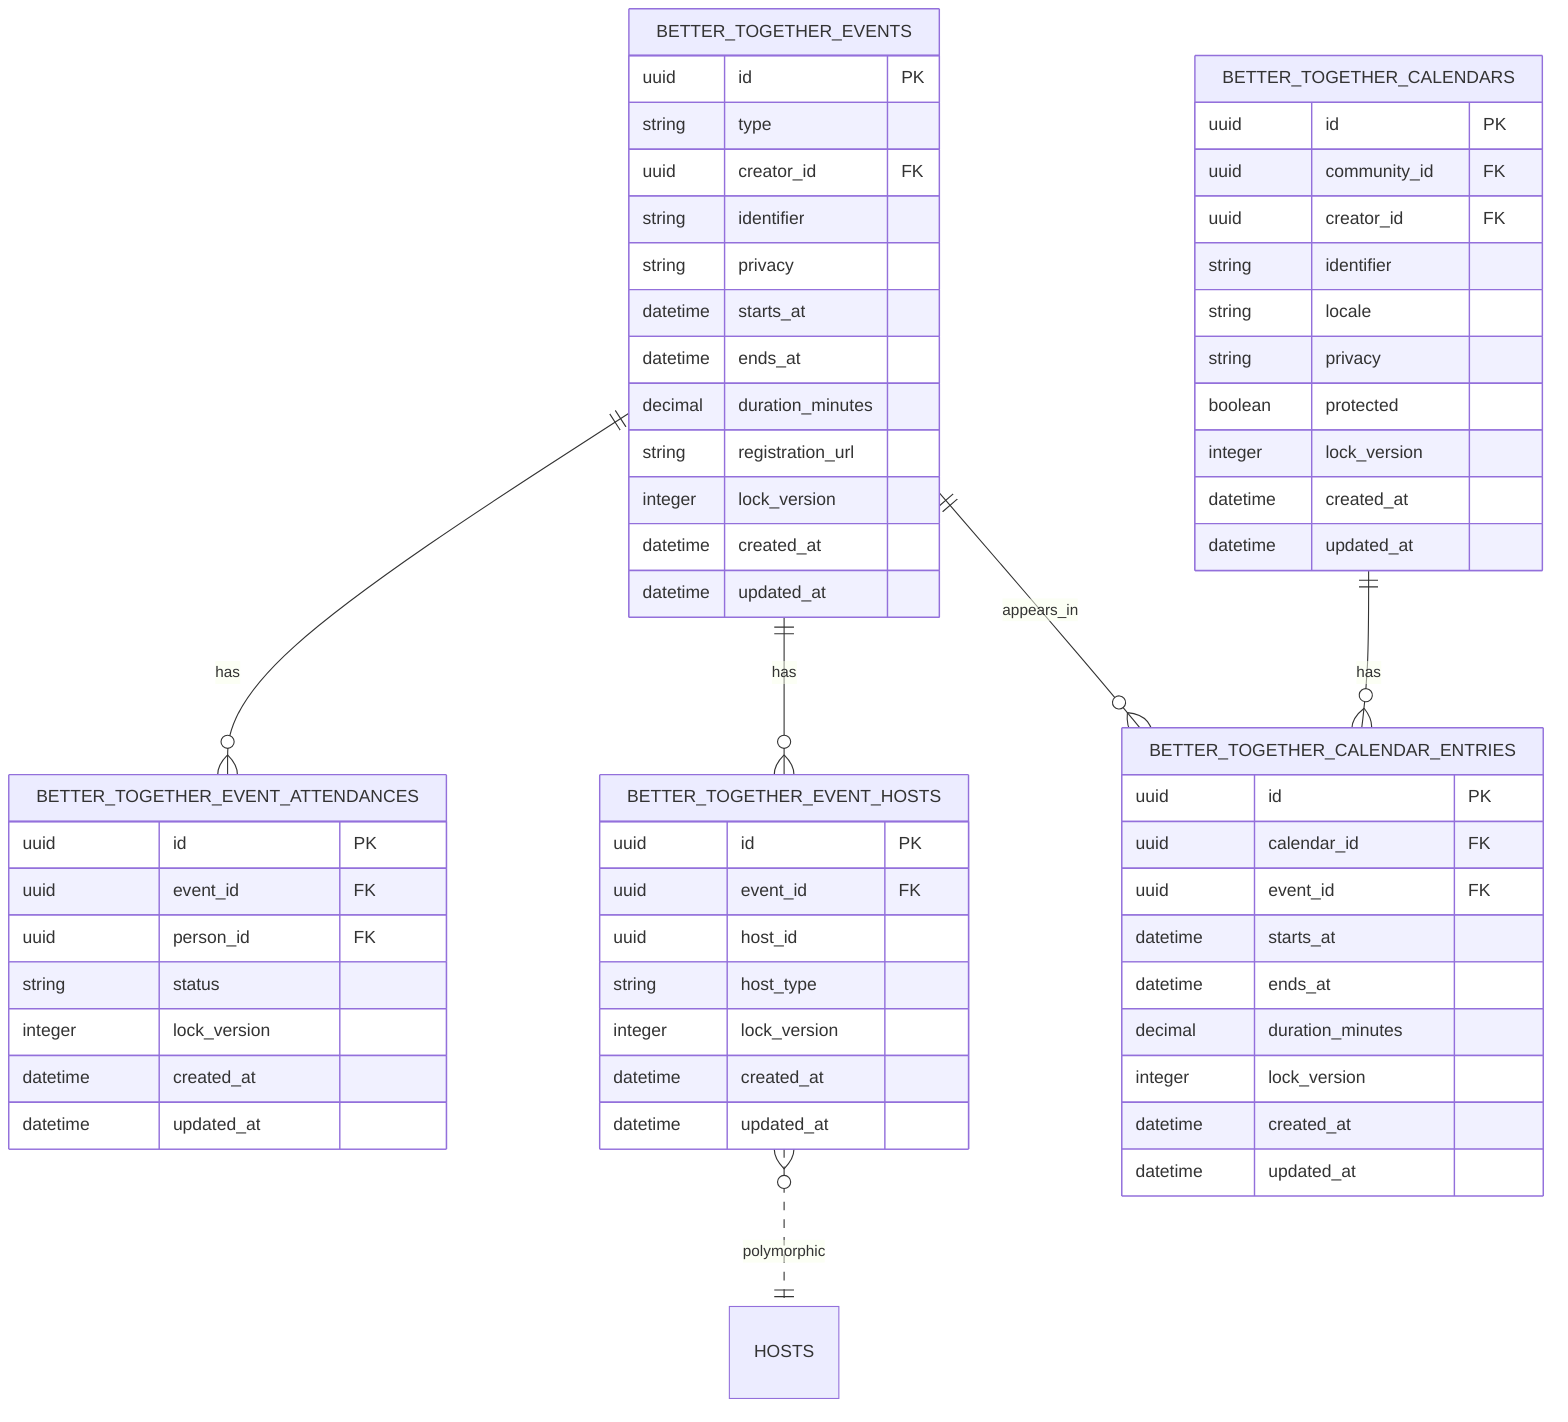
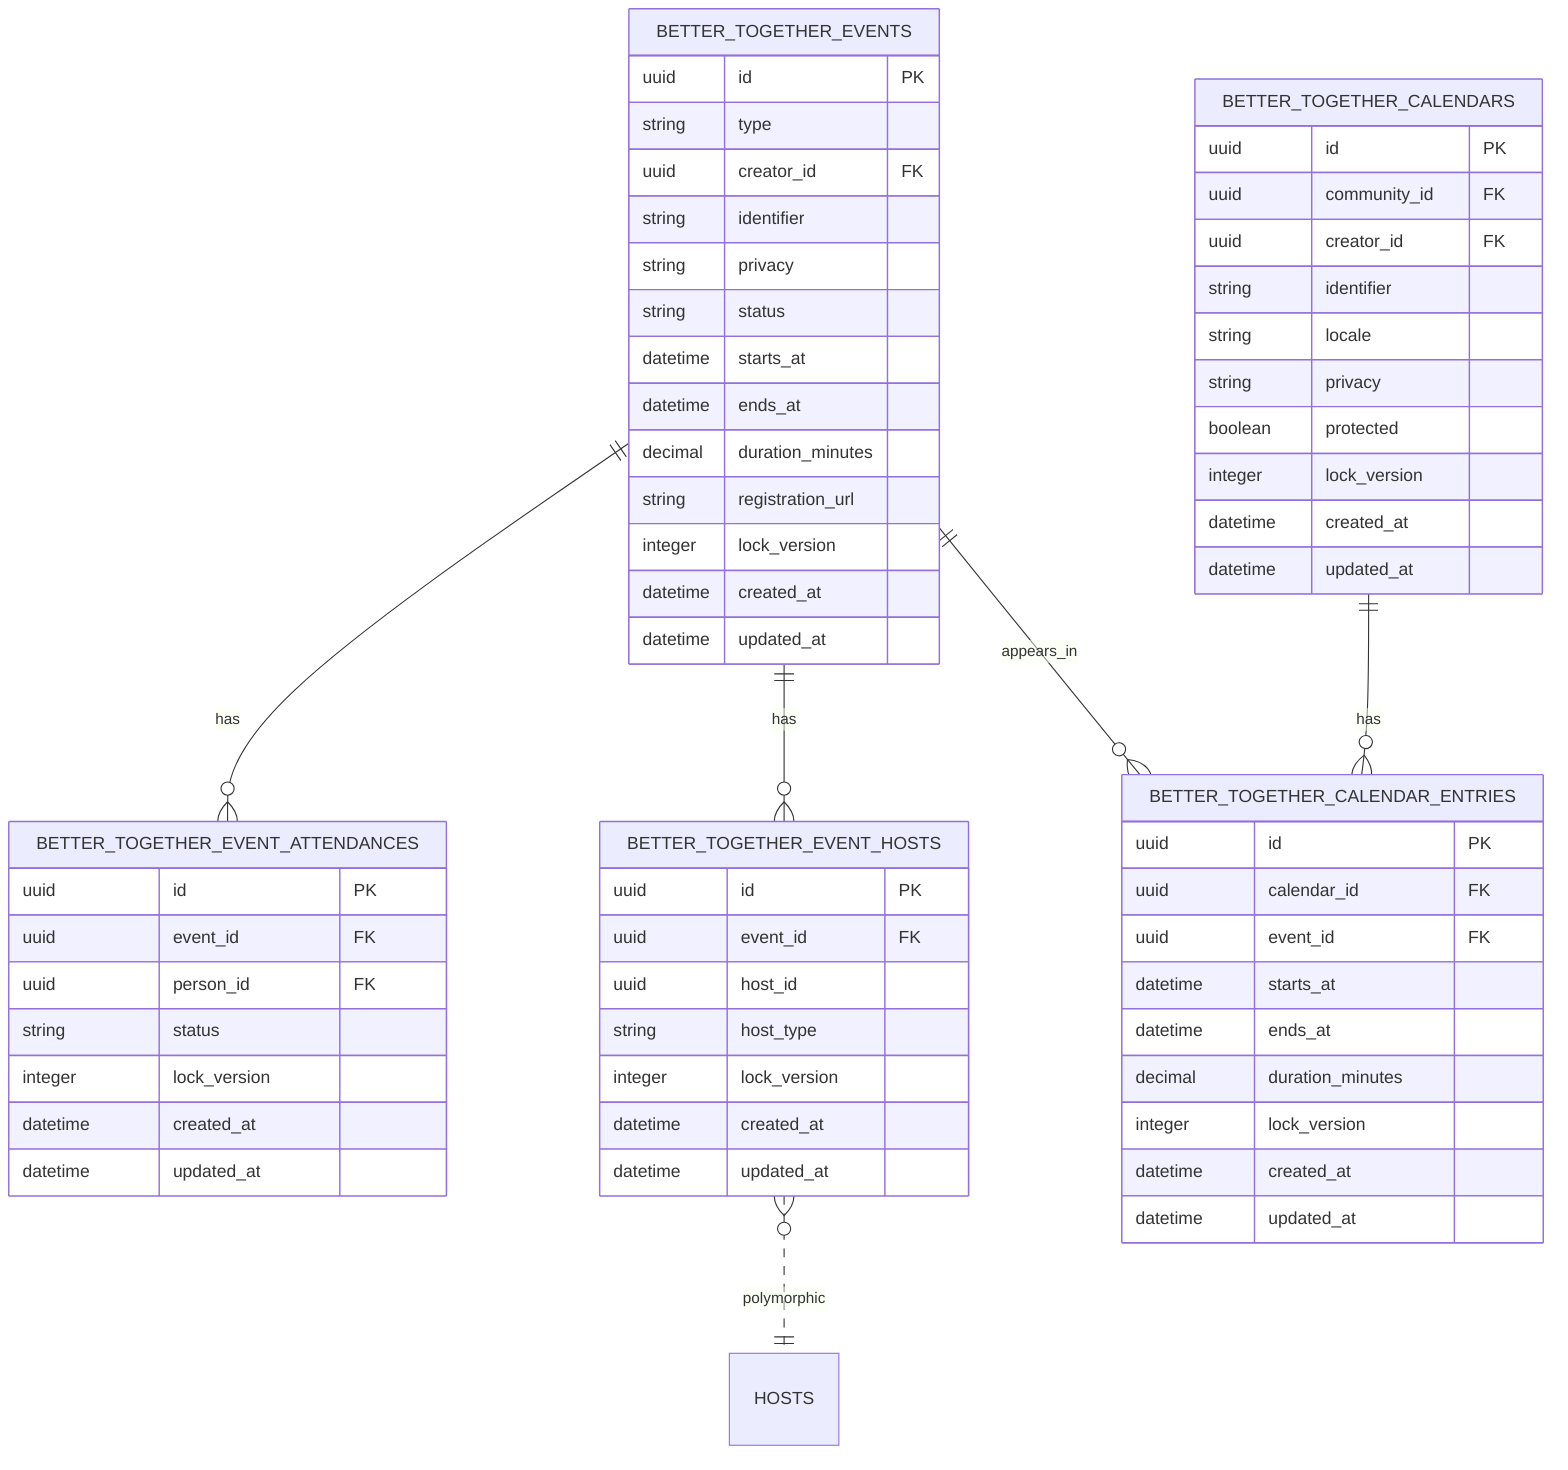
erDiagram
  BETTER_TOGETHER_EVENTS ||--o{ BETTER_TOGETHER_EVENT_ATTENDANCES : has
  BETTER_TOGETHER_EVENTS ||--o{ BETTER_TOGETHER_EVENT_HOSTS : has
  BETTER_TOGETHER_EVENTS ||--o{ BETTER_TOGETHER_CALENDAR_ENTRIES : appears_in
  BETTER_TOGETHER_CALENDARS ||--o{ BETTER_TOGETHER_CALENDAR_ENTRIES : has

  %% Polymorphic host relationship (host_type: Person/Community/...)
  BETTER_TOGETHER_EVENT_HOSTS }o..|| HOSTS : polymorphic

  BETTER_TOGETHER_EVENTS {
    uuid id PK
    string type
    uuid creator_id FK
    string identifier
    string privacy
+     string status
    datetime starts_at
    datetime ends_at
    decimal duration_minutes
    string registration_url
    integer lock_version
    datetime created_at
    datetime updated_at
  }

  BETTER_TOGETHER_EVENT_ATTENDANCES {
    uuid id PK
    uuid event_id FK
    uuid person_id FK
    string status
    integer lock_version
    datetime created_at
    datetime updated_at
  }

  BETTER_TOGETHER_EVENT_HOSTS {
    uuid id PK
    uuid event_id FK
    uuid host_id
    string host_type
    integer lock_version
    datetime created_at
    datetime updated_at
  }

  BETTER_TOGETHER_CALENDARS {
    uuid id PK
    uuid community_id FK
    uuid creator_id FK
    string identifier
    string locale
    string privacy
    boolean protected
    integer lock_version
    datetime created_at
    datetime updated_at
  }

  BETTER_TOGETHER_CALENDAR_ENTRIES {
    uuid id PK
    uuid calendar_id FK
    uuid event_id FK
    datetime starts_at
    datetime ends_at
    decimal duration_minutes
    integer lock_version
    datetime created_at
    datetime updated_at
  }

